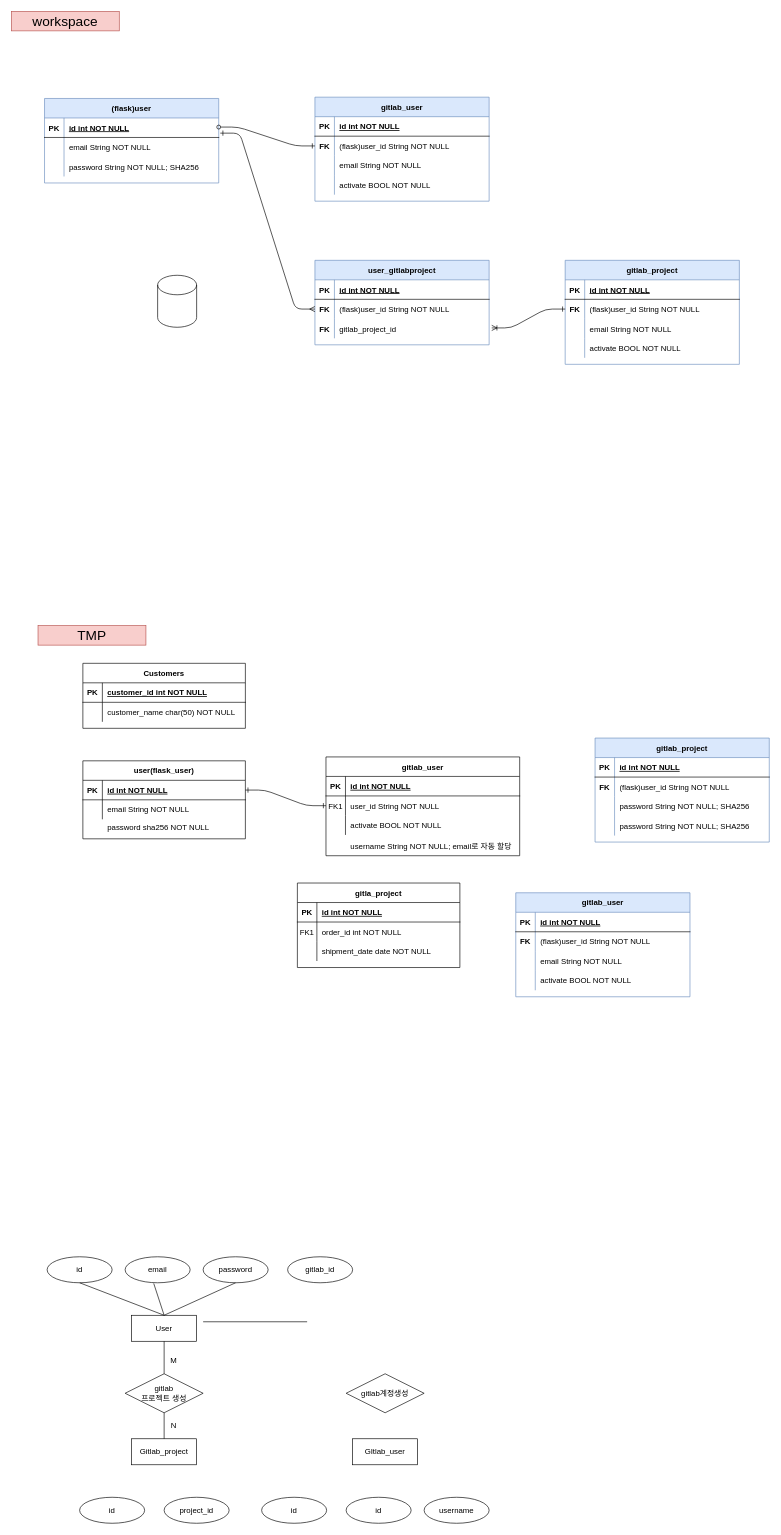
Earlier version of the draw.io diagram SRM_project/documentation/entinity.drawio (choisungwook/portfolio). Source tidied: cells renumbered, new cells numbered last; positions are measured from the earlier drawing's top-left corner, leaving out a move shared by most shapes. Both pictures are drawn from the tidied source at 65%, with x=0, y=0 at pixel (11, 11).
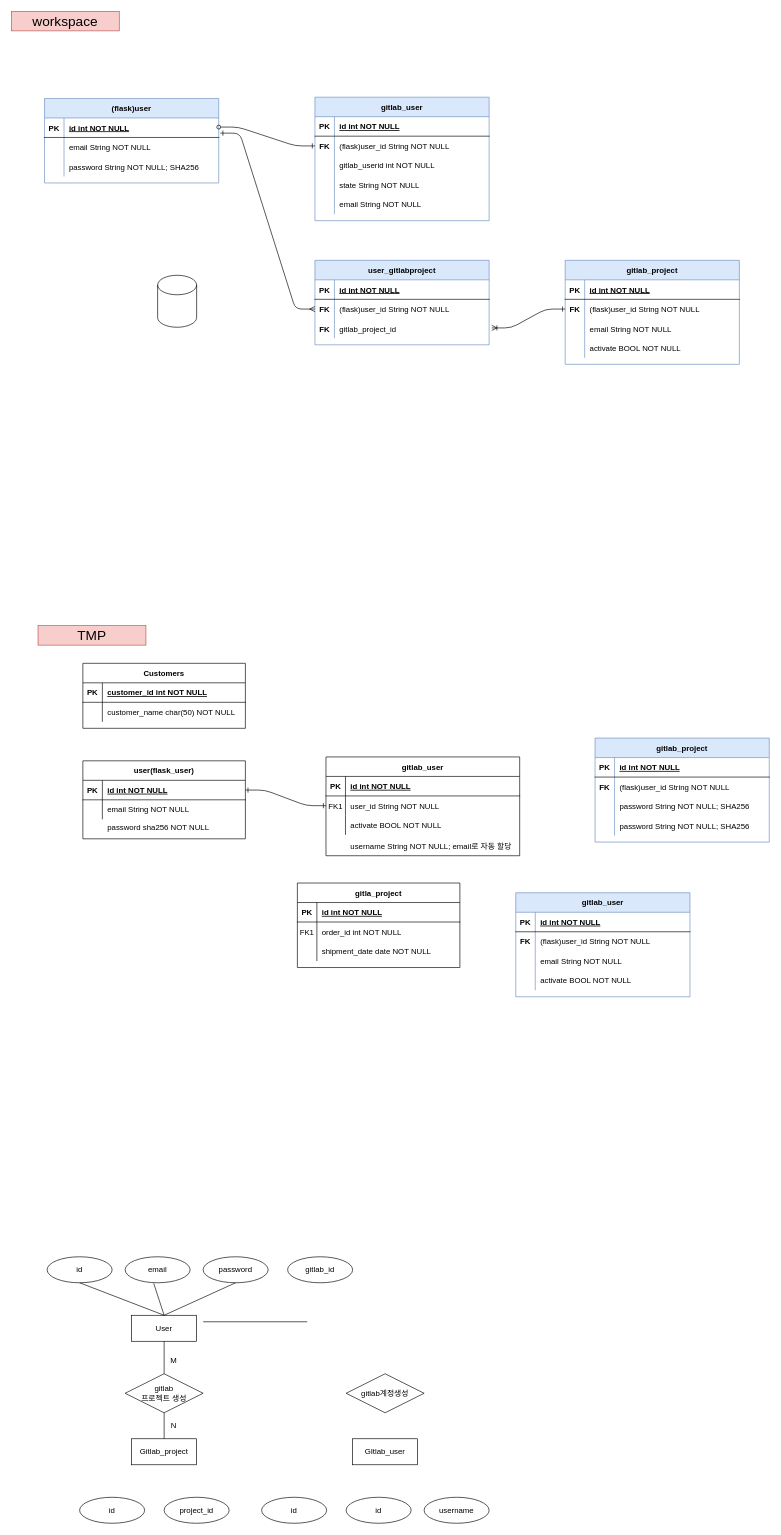
Above is the later version.

Commit message:
db 모델링 업데이트

The change refers to these unchanged cells:
```xml
<mxCell id="106" style="shape=partialRectangle;fillColor=none;top=0;left=0;bottom=0;right=0;" parent="99" vertex="1">
  <mxGeometry y="90" width="268" height="30" as="geometry" />
</mxCell>
<mxCell id="109" style="shape=partialRectangle;fillColor=none;top=0;left=0;bottom=0;right=0;" parent="99" vertex="1">
  <mxGeometry y="120" width="268" height="30" as="geometry" />
</mxCell>
```

The edit, as a diff of the source:
```diff
@@
     <mxCell id="99" value="gitlab_user" style="shape=table;startSize=30;childLayout=tableLayout;rowLines=0;fontStyle=1;align=center;fillColor=#dae8fc;strokeColor=#6c8ebf;" parent="1" vertex="1">
-      <mxGeometry x="467" y="132" width="268" height="160" as="geometry" />
+      <mxGeometry x="467" y="132" width="268" height="190" as="geometry" />
     </mxCell>
@@
-    <mxCell id="108" value="email String NOT NULL " style="shape=partialRectangle;fillColor=none;top=0;left=0;bottom=0;right=0;align=left;spacingLeft=6;overflow=hidden;" parent="106" vertex="1">
+    <mxCell id="108" value="gitlab_userid int NOT NULL " style="shape=partialRectangle;fillColor=none;top=0;left=0;bottom=0;right=0;align=left;spacingLeft=6;overflow=hidden;" parent="106" vertex="1">
       <mxGeometry x="30" width="238" height="30" as="geometry" />
     </mxCell>
@@
-    <mxCell id="111" value="activate BOOL NOT NULL" style="shape=partialRectangle;fillColor=none;top=0;left=0;bottom=0;right=0;align=left;spacingLeft=6;overflow=hidden;" parent="109" vertex="1">
+    <mxCell id="111" value="state String NOT NULL" style="shape=partialRectangle;fillColor=none;top=0;left=0;bottom=0;right=0;align=left;spacingLeft=6;overflow=hidden;" parent="109" vertex="1">
       <mxGeometry x="30" width="238" height="30" as="geometry" />
     </mxCell>
+    <mxCell id="139" style="shape=partialRectangle;fillColor=none;top=0;left=0;bottom=0;right=0;" parent="99" vertex="1">
+      <mxGeometry y="150" width="268" height="30" as="geometry" />
+    </mxCell>
+    <mxCell id="140" style="shape=partialRectangle;fillColor=none;top=0;left=0;bottom=0;right=0;overflow=hidden;" parent="139" vertex="1">
+      <mxGeometry width="30" height="30" as="geometry" />
+    </mxCell>
+    <mxCell id="141" value="email String NOT NULL " style="shape=partialRectangle;fillColor=none;top=0;left=0;bottom=0;right=0;align=left;spacingLeft=6;overflow=hidden;" parent="139" vertex="1">
+      <mxGeometry x="30" width="238" height="30" as="geometry" />
+    </mxCell>
```
